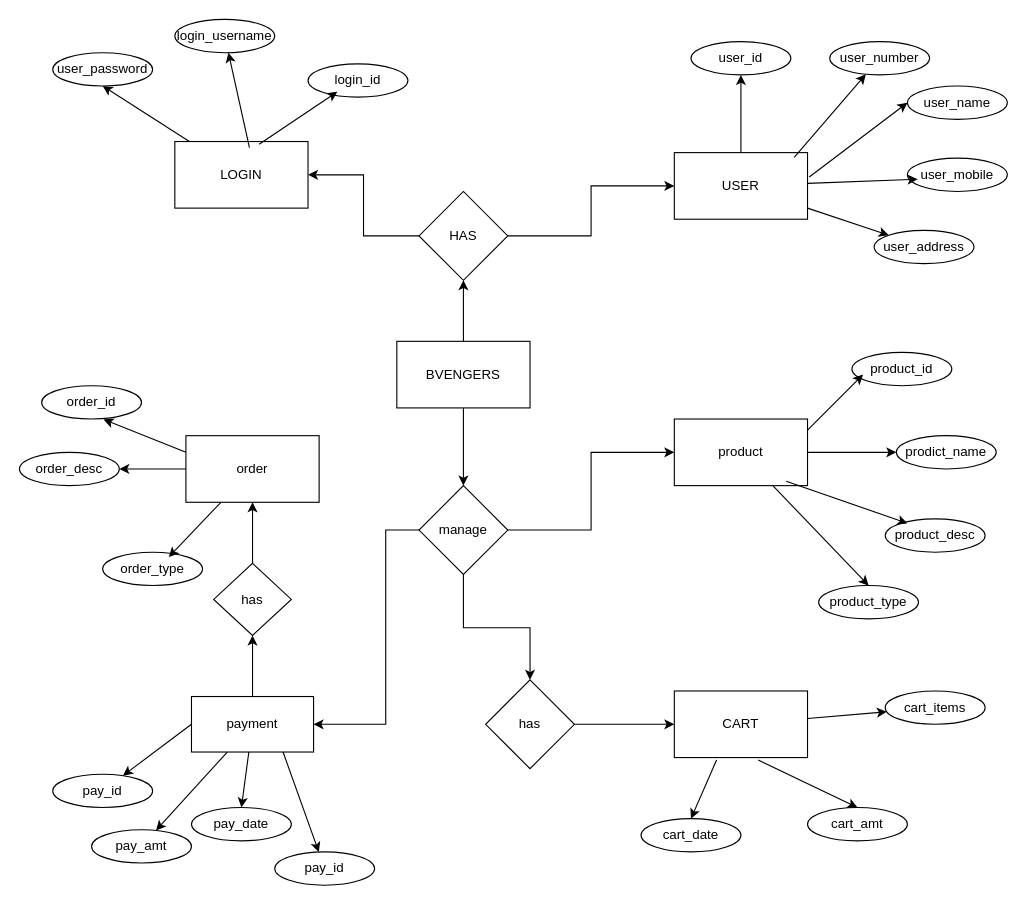
exorcist18/Bvengersdiagrams keeps this draw.io diagram as erdiagram.drawio. Above is the earlier version. Source tidied: cells renumbered, new cells numbered last; positions are measured from the earlier drawing's top-left corner, leaving out a move shared by most shapes. Both pictures are drawn from the tidied source at 111%, with x=0, y=0 at pixel (19, 19).
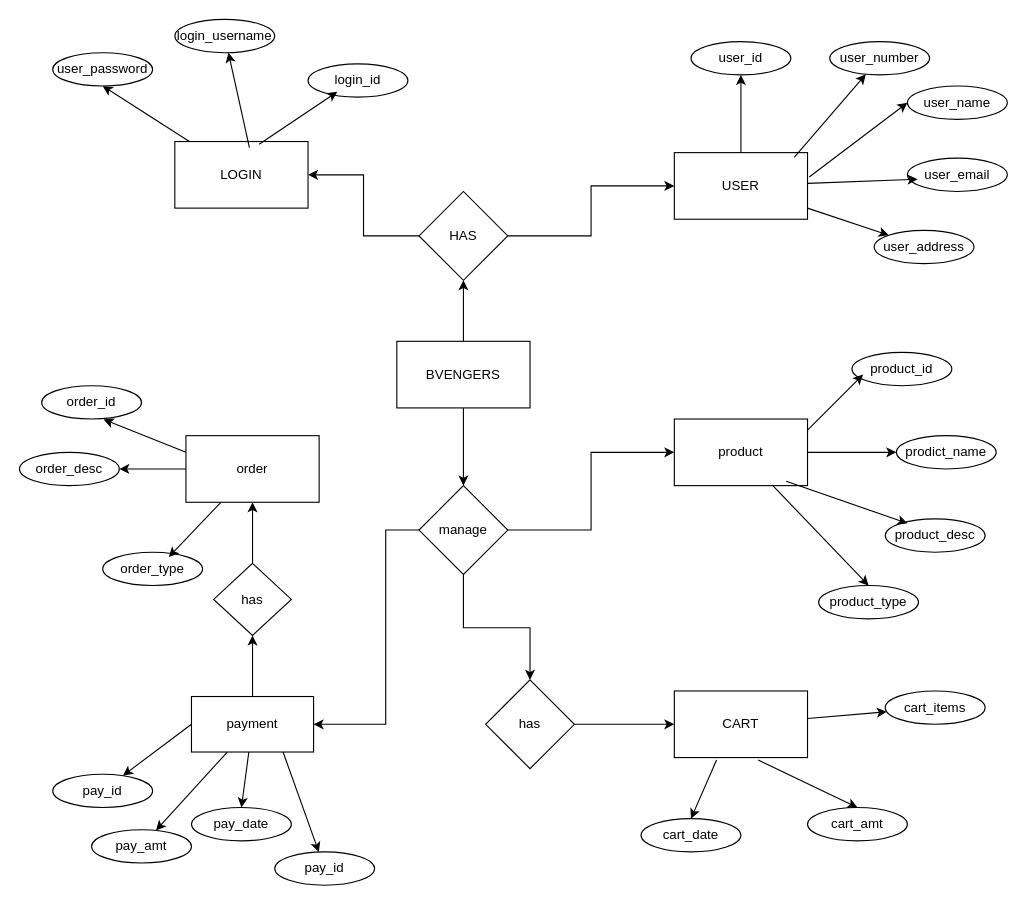
Above is the later version.

Change to the diagram source:
```diff
@@
-    <mxCell id="14" value="user_mobile" style="ellipse;whiteSpace=wrap;html=1;rounded=0;" parent="1" vertex="1">
+    <mxCell id="14" value="user_email" style="ellipse;whiteSpace=wrap;html=1;rounded=0;" parent="1" vertex="1">
       <mxGeometry x="800" y="125" width="90" height="30" as="geometry" />
     </mxCell>
```
